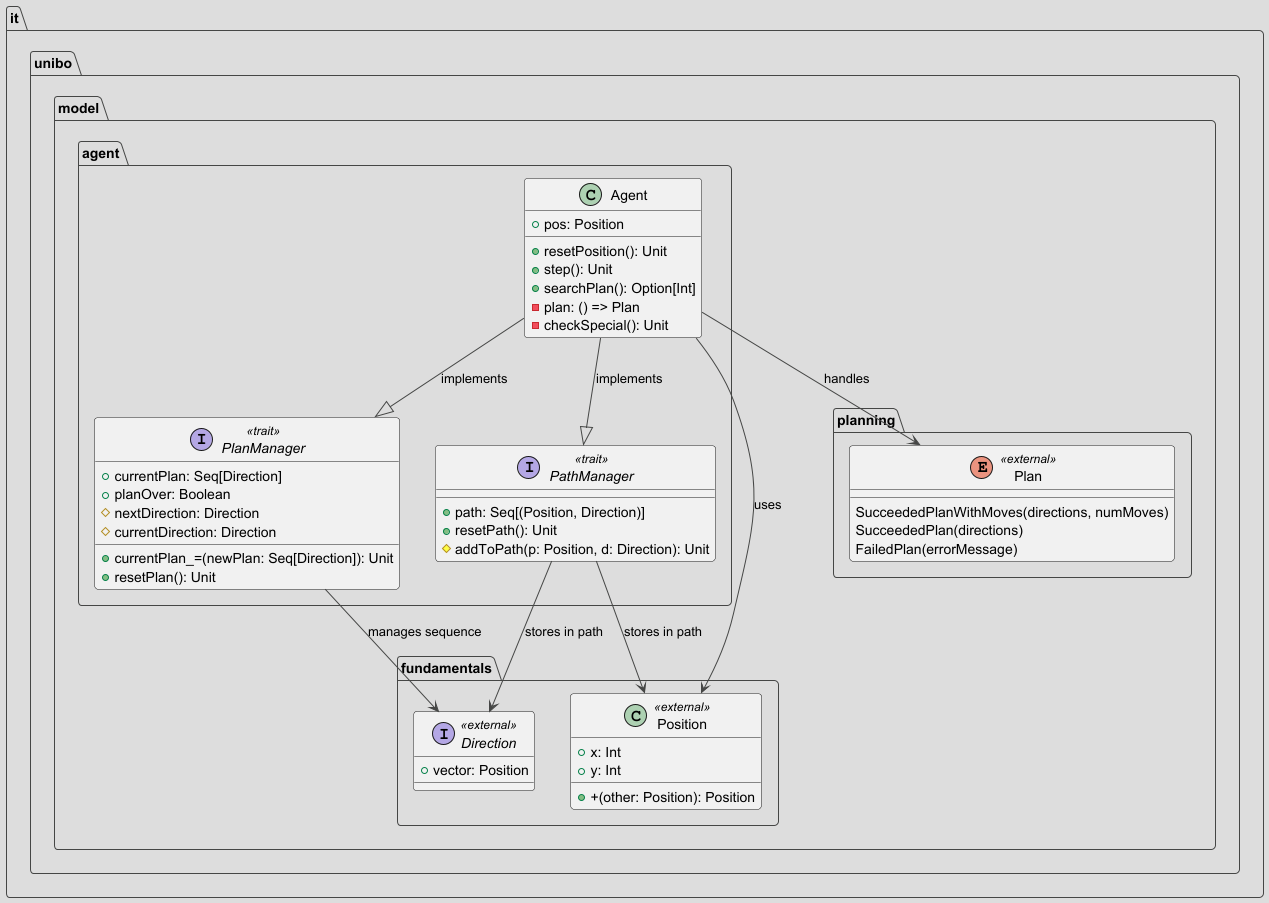
Before: resources/agent.png, a diagram exported from PlantUML (g-mainardi/PPS-24-scala-path). Source of this version:
```plantuml
@startuml Agent_Package_Architecture
!theme toy

package "it.unibo.model.agent" {

    class Agent {
        +pos: Position
        +resetPosition(): Unit
        +step(): Unit
        +searchPlan(): Option[Int]
        -plan: () => Plan
        -checkSpecial(): Unit
    }

    interface PathManager <<trait>> {
        +path: Seq[(Position, Direction)]
        +resetPath(): Unit
        #addToPath(p: Position, d: Direction): Unit
    }

    interface PlanManager <<trait>> {
        +currentPlan: Seq[Direction]
        +currentPlan_=(newPlan: Seq[Direction]): Unit
        +planOver: Boolean
        +resetPlan(): Unit
        #nextDirection: Direction
        #currentDirection: Direction
    }

    Agent --|> PathManager : implements
    Agent --|> PlanManager : implements

}

package "it.unibo.model.fundamentals" {
    class Position <<external>> {
        + x: Int
        + y: Int
        + +(other: Position): Position
    }

    interface Direction <<external>> {
        +vector: Position
    }

}

package "it.unibo.model.planning" {
    enum Plan <<external>> {
        SucceededPlanWithMoves(directions, numMoves)
        SucceededPlan(directions)
        FailedPlan(errorMessage)
    }
}


Agent --> Position : uses
Agent --> Plan : handles

PathManager --> Position : stores in path
PathManager --> Direction : stores in path
PlanManager --> Direction : manages sequence

@enduml
```
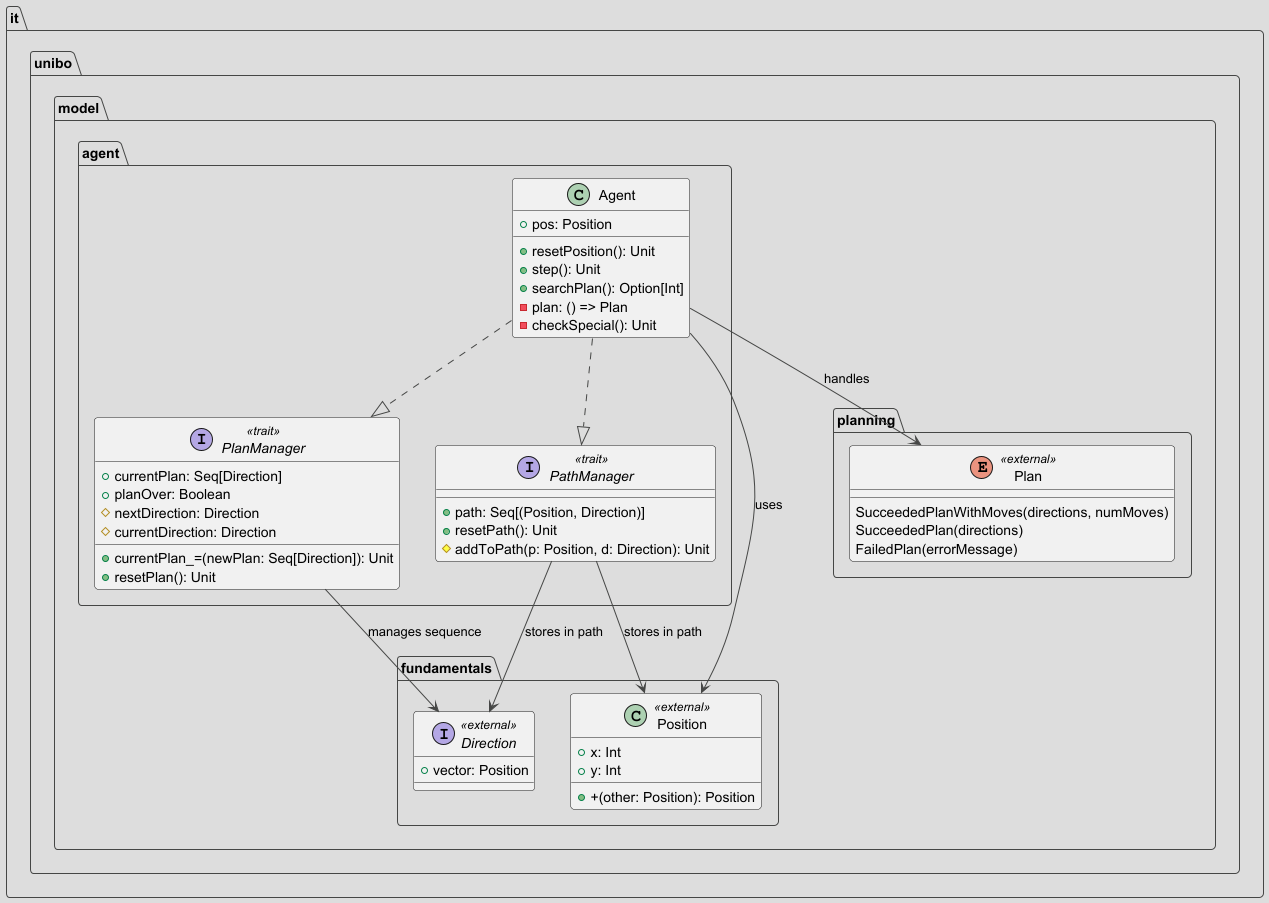
Later version of the same file.

Commit message:
docs: fix some uml formatting

Change to the diagram source:
```diff
@@ -27,8 +27,8 @@
         #currentDirection: Direction
     }
 
-    Agent --|> PathManager : implements
-    Agent --|> PlanManager : implements
+    Agent ..|> PathManager
+    Agent ..|> PlanManager
 
 }
 
```
